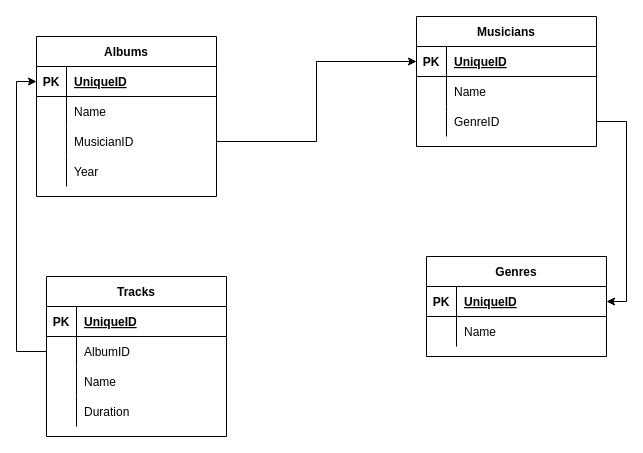
d-ival/ideamusic keeps this draw.io diagram as Untitled Diagram.drawio. Above is the earlier version. Source tidied: cells renumbered, new cells numbered last; positions are measured from the earlier drawing's top-left corner, leaving out a move shared by most shapes. Both pictures are drawn from the tidied source at 100%, with x=0, y=0 at pixel (36, 16).
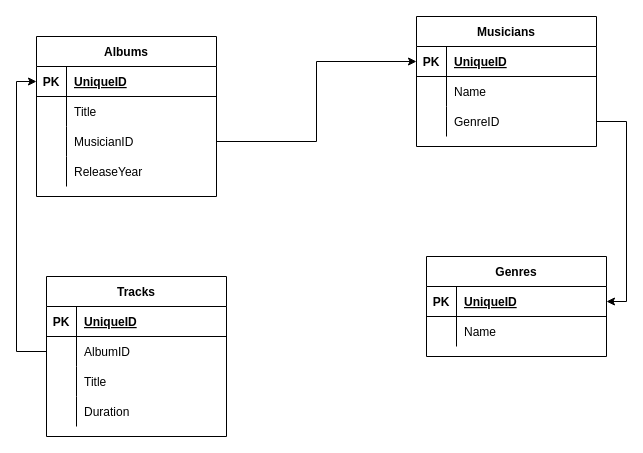
The same page after the edit.

Unchanged cells that the change refers to:
```xml
<mxCell id="6" style="shape=partialRectangle;fillColor=none;top=0;left=0;bottom=0;right=0;" parent="2" vertex="1">
  <mxGeometry y="60" width="180" height="30" as="geometry" />
</mxCell>
<mxCell id="12" style="shape=partialRectangle;fillColor=none;top=0;left=0;bottom=0;right=0;" parent="2" vertex="1">
  <mxGeometry y="120" width="180" height="30" as="geometry" />
</mxCell>
<mxCell id="33" style="shape=partialRectangle;fillColor=none;top=0;left=0;bottom=0;right=0;" parent="26" vertex="1">
  <mxGeometry y="90" width="180" height="30" as="geometry" />
</mxCell>
```

Diff of the diagram source:
```diff
@@
-    <mxCell id="8" value="Name" style="shape=partialRectangle;fillColor=none;top=0;left=0;bottom=0;right=0;align=left;spacingLeft=6;overflow=hidden;" parent="6" vertex="1">
+    <mxCell id="8" value="Title" style="shape=partialRectangle;fillColor=none;top=0;left=0;bottom=0;right=0;align=left;spacingLeft=6;overflow=hidden;" parent="6" vertex="1">
       <mxGeometry x="30" width="150" height="30" as="geometry" />
     </mxCell>
@@
-    <mxCell id="14" value="Year" style="shape=partialRectangle;fillColor=none;top=0;left=0;bottom=0;right=0;align=left;spacingLeft=6;overflow=hidden;" parent="12" vertex="1">
+    <mxCell id="14" value="ReleaseYear" style="shape=partialRectangle;fillColor=none;top=0;left=0;bottom=0;right=0;align=left;spacingLeft=6;overflow=hidden;" parent="12" vertex="1">
       <mxGeometry x="30" width="150" height="30" as="geometry" />
     </mxCell>
@@
-    <mxCell id="35" value="Name" style="shape=partialRectangle;fillColor=none;top=0;left=0;bottom=0;right=0;align=left;spacingLeft=6;overflow=hidden;" parent="33" vertex="1">
+    <mxCell id="35" value="Title" style="shape=partialRectangle;fillColor=none;top=0;left=0;bottom=0;right=0;align=left;spacingLeft=6;overflow=hidden;" parent="33" vertex="1">
       <mxGeometry x="30" width="150" height="30" as="geometry" />
     </mxCell>
```
